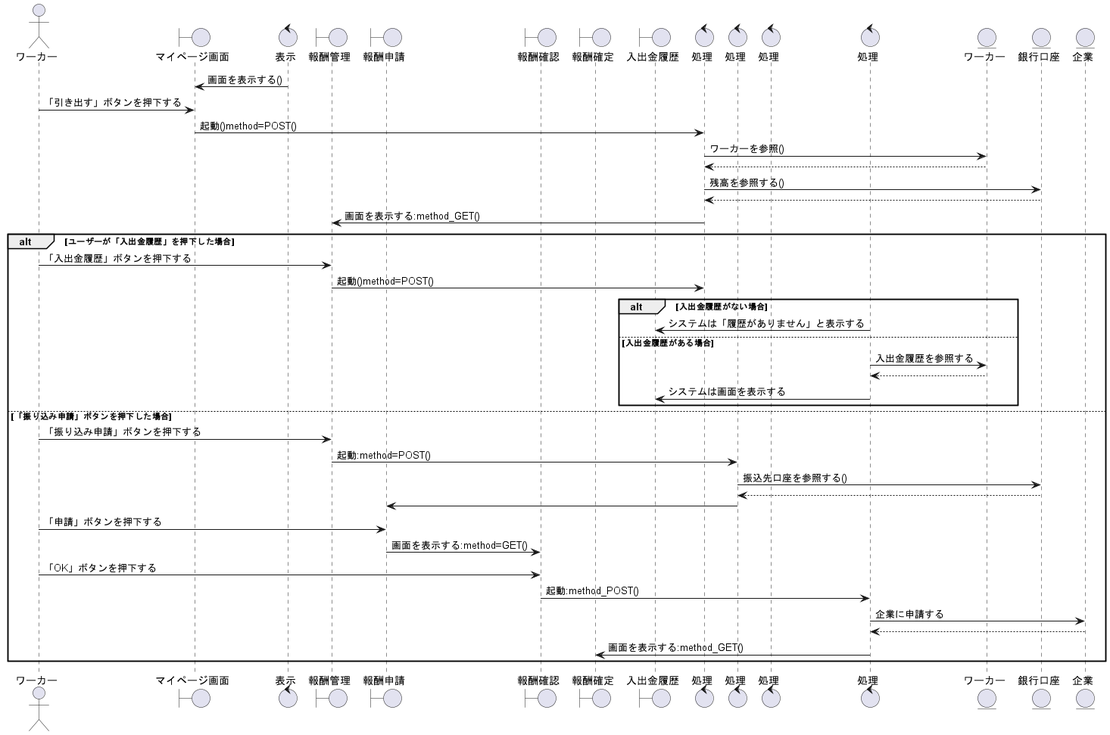
Before: out/sequence_fig/7_acconts_fn/03_ウォレット残高を引き出す/ウォレット残高を引き出す.png, a diagram exported from PlantUML (irukacb256/high_Me).
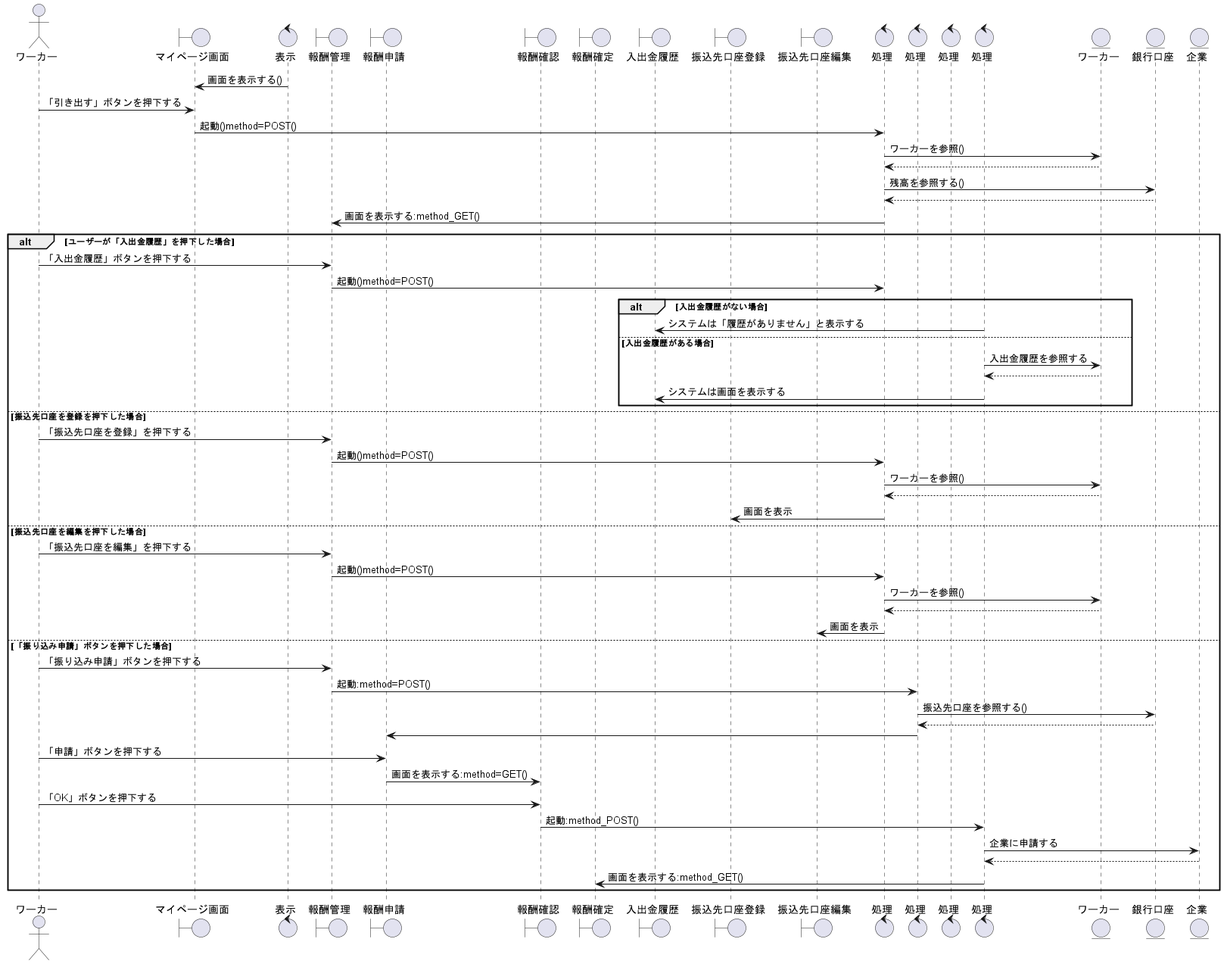
Above is the later version.

Diff of the diagram source:
```diff
@@ -9,6 +9,8 @@
 boundary 報酬確認 as bo4
 boundary 報酬確定 as bo5
 boundary 入出金履歴 as bo6
+boundary 振込先口座登録 as bo7
+boundary 振込先口座編集 as bo8
 
 control 処理 as co2
 control 処理 as co3
@@ -43,6 +45,22 @@
 
   end
 
+  else 振込先口座を登録を押下した場合
+    wo1 -> bo2 : 「振込先口座を登録」を押下する
+    bo2 -> co2 : 起動()method=POST()
+    co2 -> en1 : ワーカーを参照()
+    en1 --> co2
+    co2 -> bo7 : 画面を表示
+
+  else 振込先口座を編集を押下した場合
+    wo1 -> bo2 : 「振込先口座を編集」を押下する
+    bo2 -> co2 : 起動()method=POST()
+    co2 -> en1 : ワーカーを参照()
+    en1 --> co2
+    co2 -> bo8 : 画面を表示
+
+
+
 else  「振り込み申請」ボタンを押下した場合
   wo1 -> bo2 :「振り込み申請」ボタンを押下する
   bo2 -> co3 : 起動:method=POST()
```
